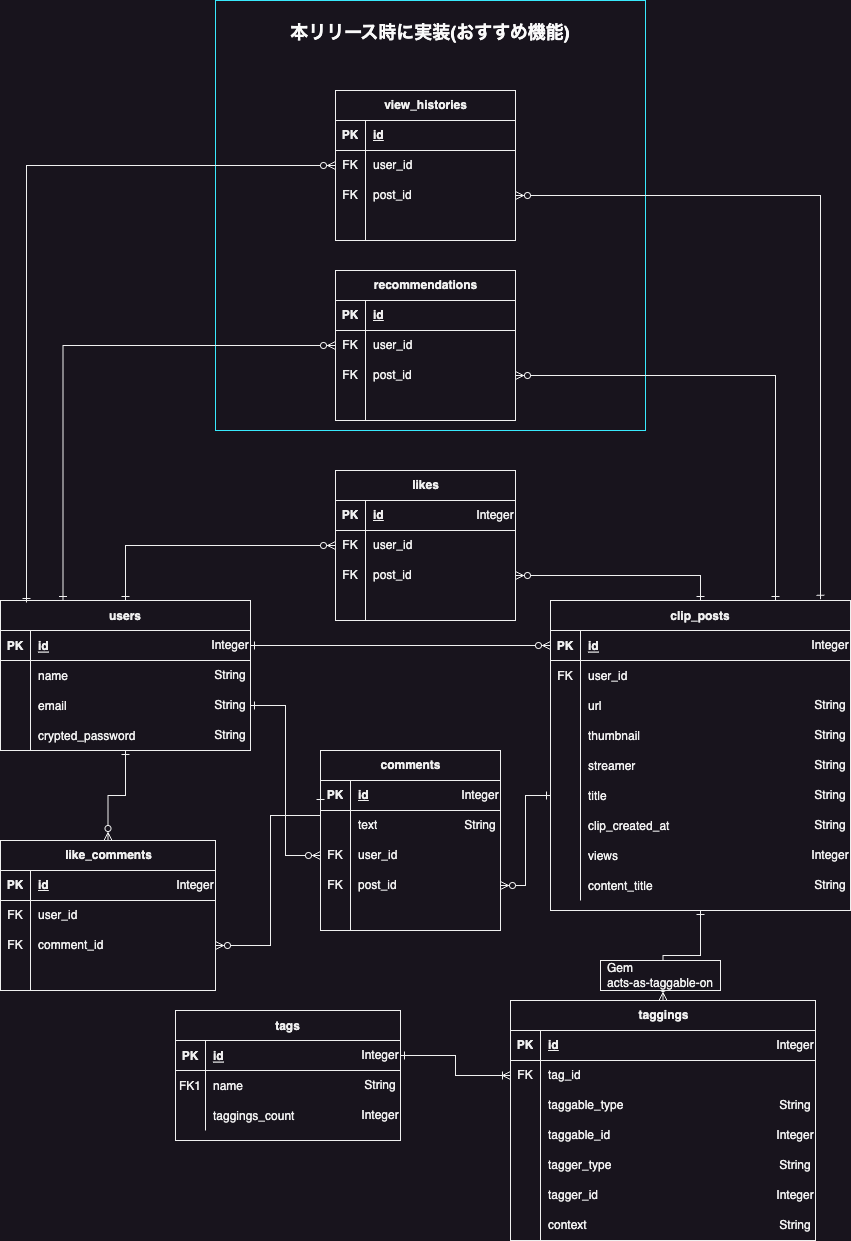
Earlier version of the draw.io export images/ER図.drawio.png (hayashi-toshihiro/share_clip). Source tidied: cells renumbered, new cells last; positions are measured from the earlier drawing's top-left corner, leaving out a move shared by most shapes.
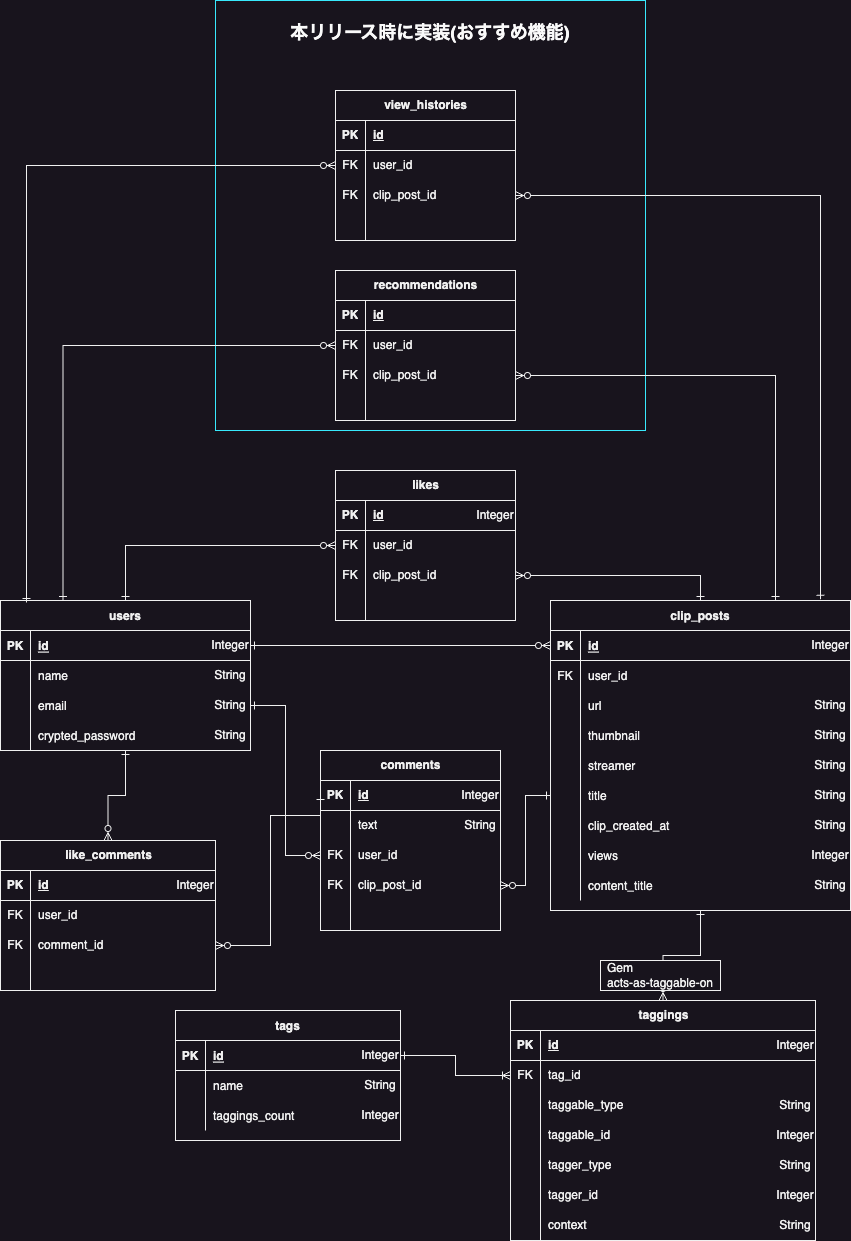
After the change.

Commit message:
ER図タイポ修正

What changed in the source:
```diff
@@ -113,7 +113,7 @@
     <mxCell id="38" style="shape=partialRectangle;fillColor=none;top=0;left=0;right=0;bottom=0;" parent="34" vertex="1">
       <mxGeometry y="60" width="225" height="30" as="geometry" />
     </mxCell>
-    <mxCell id="39" value="FK1" style="shape=partialRectangle;overflow=hidden;fillColor=none;top=0;left=0;bottom=0;right=0;" parent="38" vertex="1">
+    <mxCell id="39" style="shape=partialRectangle;overflow=hidden;fillColor=none;top=0;left=0;bottom=0;right=0;" parent="38" vertex="1">
       <mxGeometry width="30" height="30" as="geometry" />
     </mxCell>
     <mxCell id="40" value="name" style="shape=partialRectangle;overflow=hidden;fillColor=none;top=0;left=0;bottom=0;right=0;align=left;spacingLeft=6;" parent="38" vertex="1">
@@ -203,7 +203,7 @@
     <mxCell id="68" value="FK" style="shape=partialRectangle;fillColor=none;top=0;left=0;bottom=0;right=0;overflow=hidden;whiteSpace=wrap;html=1;" parent="67" vertex="1">
       <mxGeometry width="30" height="30" as="geometry" />
     </mxCell>
-    <mxCell id="69" value="post_id" style="shape=partialRectangle;fillColor=none;top=0;left=0;bottom=0;right=0;align=left;spacingLeft=6;overflow=hidden;whiteSpace=wrap;html=1;" parent="67" vertex="1">
+    <mxCell id="69" value="clip_post_id" style="shape=partialRectangle;fillColor=none;top=0;left=0;bottom=0;right=0;align=left;spacingLeft=6;overflow=hidden;whiteSpace=wrap;html=1;" parent="67" vertex="1">
       <mxGeometry x="30" width="150" height="30" as="geometry" />
     </mxCell>
     <mxCell id="70" style="shape=tableRow;horizontal=0;startSize=0;swimlaneHead=0;swimlaneBody=0;fillColor=none;top=0;left=0;right=0;bottom=0;" parent="57" vertex="1">
@@ -317,7 +317,7 @@
     <mxCell id="106" value="FK" style="shape=partialRectangle;fillColor=none;top=0;left=0;bottom=0;right=0;overflow=hidden;whiteSpace=wrap;html=1;" parent="105" vertex="1">
       <mxGeometry width="30" height="30" as="geometry" />
     </mxCell>
-    <mxCell id="107" value="post_id" style="shape=partialRectangle;fillColor=none;top=0;left=0;bottom=0;right=0;align=left;spacingLeft=6;overflow=hidden;whiteSpace=wrap;html=1;" parent="105" vertex="1">
+    <mxCell id="107" value="clip_post_id" style="shape=partialRectangle;fillColor=none;top=0;left=0;bottom=0;right=0;align=left;spacingLeft=6;overflow=hidden;whiteSpace=wrap;html=1;" parent="105" vertex="1">
       <mxGeometry x="30" width="150" height="30" as="geometry" />
     </mxCell>
     <mxCell id="108" style="shape=tableRow;horizontal=0;startSize=0;swimlaneHead=0;swimlaneBody=0;fillColor=none;top=0;left=0;right=0;bottom=0;" parent="98" vertex="1">
@@ -413,7 +413,7 @@
     <mxCell id="136" value="FK" style="shape=partialRectangle;fillColor=none;top=0;left=0;bottom=0;right=0;overflow=hidden;whiteSpace=wrap;html=1;" parent="135" vertex="1">
       <mxGeometry width="30" height="30" as="geometry" />
     </mxCell>
-    <mxCell id="137" value="post_id" style="shape=partialRectangle;fillColor=none;top=0;left=0;bottom=0;right=0;align=left;spacingLeft=6;overflow=hidden;whiteSpace=wrap;html=1;" parent="135" vertex="1">
+    <mxCell id="137" value="clip_post_id" style="shape=partialRectangle;fillColor=none;top=0;left=0;bottom=0;right=0;align=left;spacingLeft=6;overflow=hidden;whiteSpace=wrap;html=1;" parent="135" vertex="1">
       <mxGeometry x="30" width="150" height="30" as="geometry" />
     </mxCell>
     <mxCell id="138" style="shape=tableRow;horizontal=0;startSize=0;swimlaneHead=0;swimlaneBody=0;fillColor=none;top=0;left=0;right=0;bottom=0;" parent="128" vertex="1">
@@ -461,7 +461,7 @@
     <mxCell id="152" value="FK" style="shape=partialRectangle;fillColor=none;top=0;left=0;bottom=0;right=0;overflow=hidden;whiteSpace=wrap;html=1;" parent="151" vertex="1">
       <mxGeometry width="30" height="30" as="geometry" />
     </mxCell>
-    <mxCell id="153" value="post_id" style="shape=partialRectangle;fillColor=none;top=0;left=0;bottom=0;right=0;align=left;spacingLeft=6;overflow=hidden;whiteSpace=wrap;html=1;" parent="151" vertex="1">
+    <mxCell id="153" value="clip_post_id" style="shape=partialRectangle;fillColor=none;top=0;left=0;bottom=0;right=0;align=left;spacingLeft=6;overflow=hidden;whiteSpace=wrap;html=1;" parent="151" vertex="1">
       <mxGeometry x="30" width="150" height="30" as="geometry" />
     </mxCell>
     <mxCell id="154" style="shape=tableRow;horizontal=0;startSize=0;swimlaneHead=0;swimlaneBody=0;fillColor=none;top=0;left=0;right=0;bottom=0;" parent="144" vertex="1">
```
